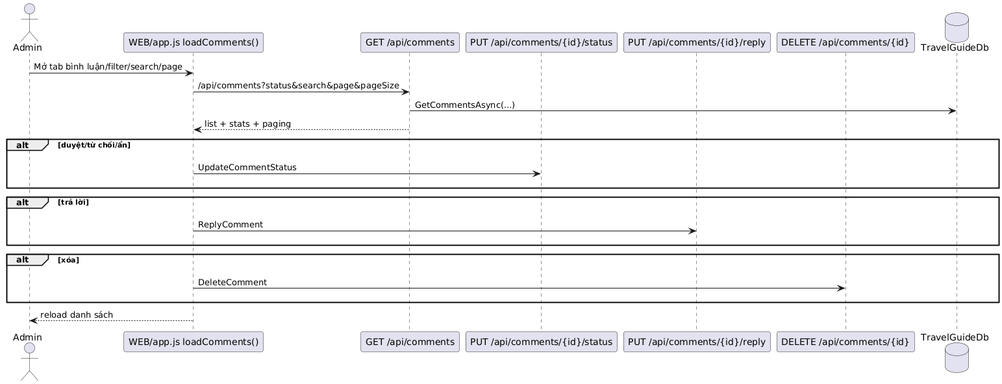
hoangtri22/TravelGuide keeps this PlantUML diagram as Diagrams/SE Admin QuanLyBinhLuan.png. Above is the earlier version.
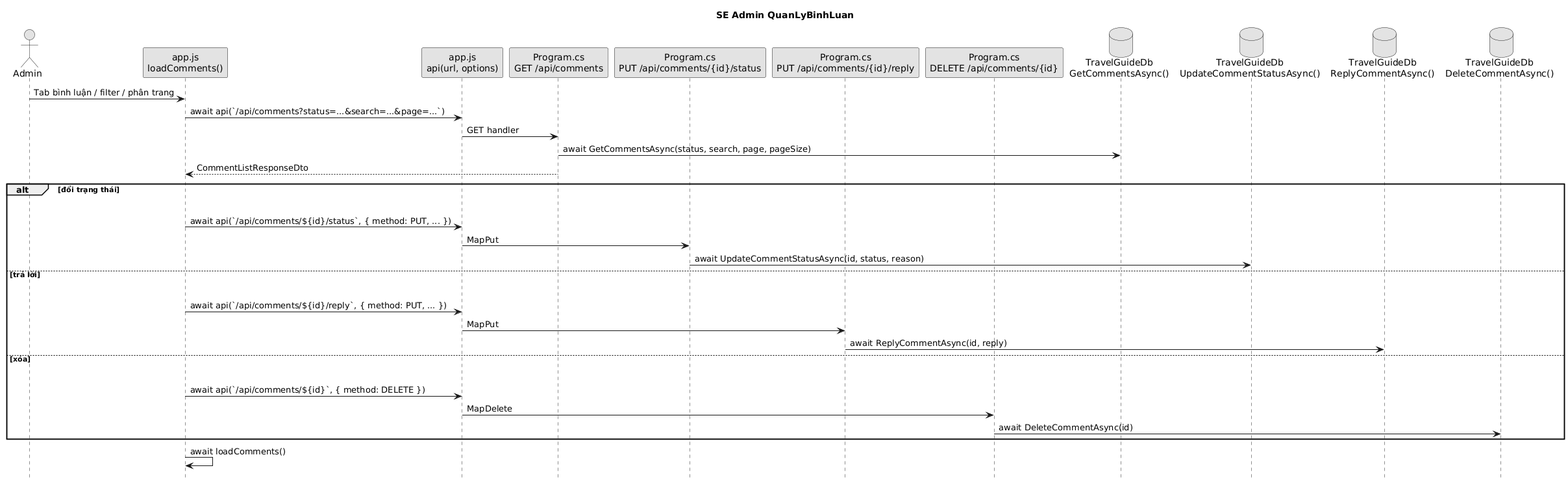
Later version of the same file.

What changed in the source:
```diff
@@ -1,29 +1,42 @@
 @startuml
+title SE Admin QuanLyBinhLuan
+skinparam shadowing false
+skinparam monochrome true
+hide footbox
 actor Admin as A
-participant "WEB/app.js loadComments()" as FE
-participant "GET /api/comments" as GET
-participant "PUT /api/comments/{id}/status" as STATUS
-participant "PUT /api/comments/{id}/reply" as REPLY
-participant "DELETE /api/comments/{id}" as DEL
-database "TravelGuideDb" as DB
-A -> FE : Mở tab bình luận/filter/search/page
-FE -> GET : /api/comments?status&search&page&pageSize
-GET -> DB : GetCommentsAsync(...)
-GET --> FE : list + stats + paging
-alt duyệt/từ chối/ẩn
-  A -[hidden]-> DB
-  FE -> STATUS : UpdateCommentStatus
-  DB -[hidden]-> A
+participant "app.js\nloadComments()" as FE
+participant "app.js\napi(url, options)" as APIJS
+participant "Program.cs\nGET /api/comments" as GET
+participant "Program.cs\nPUT /api/comments/{id}/status" as STATUS
+participant "Program.cs\nPUT /api/comments/{id}/reply" as REPLY
+participant "Program.cs\nDELETE /api/comments/{id}" as DEL
+database "TravelGuideDb\nGetCommentsAsync()" as DBGET
+database "TravelGuideDb\nUpdateCommentStatusAsync()" as DBST
+database "TravelGuideDb\nReplyCommentAsync()" as DBRP
+database "TravelGuideDb\nDeleteCommentAsync()" as DBDL
+A -> FE : Tab bình luận / filter / phân trang
+FE -> APIJS : await api(`/api/comments?status=...&search=...&page=...`)
+APIJS -> GET : GET handler
+GET -> DBGET : await GetCommentsAsync(status, search, page, pageSize)
+GET --> FE : CommentListResponseDto
+alt đổi trạng thái
+  A -[hidden]-> FE
+  APIJS -[hidden]-> DEL
+  FE -> APIJS : await api(`/api/comments/${id}/status`, { method: PUT, ... })
+  APIJS -> STATUS : MapPut
+  STATUS -> DBST : await UpdateCommentStatusAsync(id, status, reason)
+else trả lời
+  A -[hidden]-> FE
+  APIJS -[hidden]-> DEL
+  FE -> APIJS : await api(`/api/comments/${id}/reply`, { method: PUT, ... })
+  APIJS -> REPLY : MapPut
+  REPLY -> DBRP : await ReplyCommentAsync(id, reply)
+else xóa
+  A -[hidden]-> FE
+  APIJS -[hidden]-> DEL
+  FE -> APIJS : await api(`/api/comments/${id}`, { method: DELETE })
+  APIJS -> DEL : MapDelete
+  DEL -> DBDL : await DeleteCommentAsync(id)
 end
-alt trả lời
-  A -[hidden]-> DB
-  FE -> REPLY : ReplyComment
-  DB -[hidden]-> A
-end
-alt xóa
-  A -[hidden]-> DB
-  FE -> DEL : DeleteComment
-  DB -[hidden]-> A
-end
-FE --> A : reload danh sách
+FE -> FE : await loadComments()
 @enduml
```
